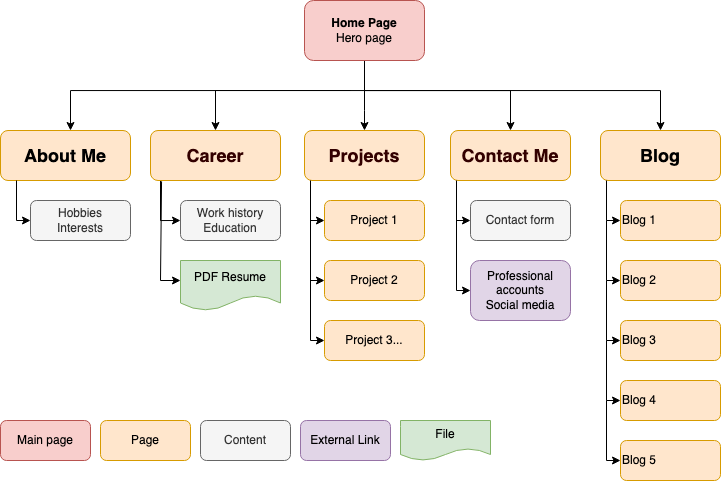
This is docs/portfolio-sitemap.png from lexusmacalalad/Portfolio-website, a draw.io export, as it was before one commit. Source tidied: cells renumbered, new cells last; positions are measured from the earlier drawing's top-left corner, leaving out a move shared by most shapes.
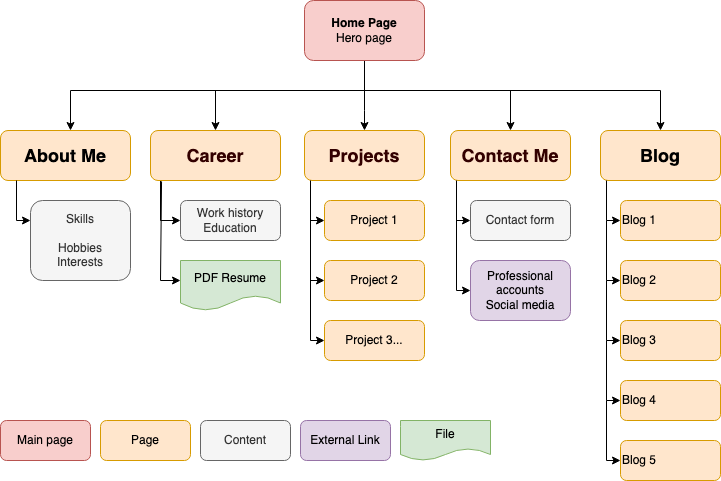
Later version of the same file.

Commit message:
included wireframes in documentation for mobile, tablet and desktop view

What changed in the source:
```diff
@@ -216,8 +216,8 @@
         </Array>
       </mxGeometry>
     </mxCell>
-    <mxCell id="42" value="Hobbies&lt;br&gt;Interests" style="whiteSpace=wrap;html=1;fillColor=#f5f5f5;strokeColor=#666666;rounded=1;fontColor=#333333;align=center;" parent="1" vertex="1">
-      <mxGeometry x="30" y="200" width="100" height="40" as="geometry" />
+    <mxCell id="42" value="Skills&lt;br&gt;&lt;br&gt;Hobbies&lt;br&gt;Interests" style="whiteSpace=wrap;html=1;fillColor=#f5f5f5;strokeColor=#666666;rounded=1;fontColor=#333333;align=center;" parent="1" vertex="1">
+      <mxGeometry x="30" y="200" width="100" height="80" as="geometry" />
     </mxCell>
     <mxCell id="43" style="endArrow=classic;html=1;rounded=0;fontSize=12;fontColor=#330000;exitX=0.05;exitY=1;exitDx=0;exitDy=0;exitPerimeter=0;" parent="1" edge="1">
       <mxGeometry relative="1" as="geometry">
```
